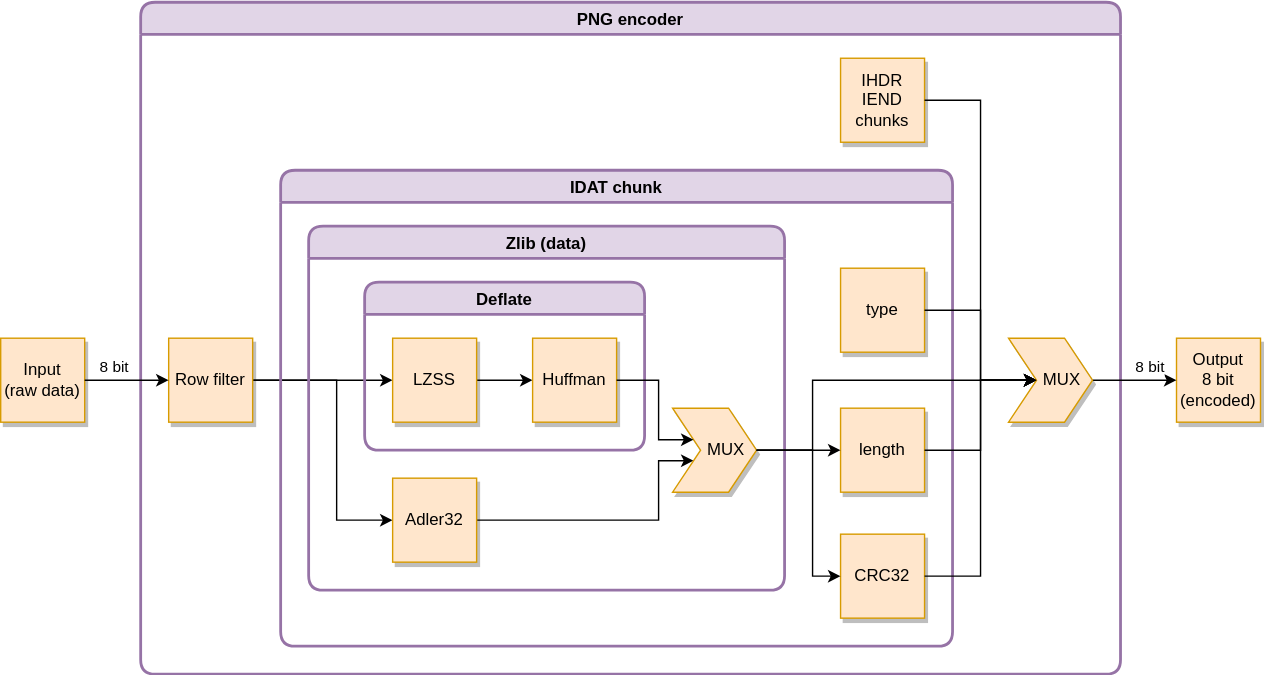
The draw.io diagram doc/images/overview.svg in marph91/pico-png, before a commit. Source tidied: cells renumbered, new cells last; positions are measured from the earlier drawing's top-left corner, leaving out a move shared by most shapes. The source it was exported from:
```xml
<mxGraphModel>
  <root>
    <mxCell id="0" />
    <mxCell id="1" parent="0" />
    <mxCell id="2" value="&lt;div&gt;Input&lt;/div&gt;&lt;div&gt;(raw data)&lt;br&gt;&lt;/div&gt;" style="whiteSpace=wrap;html=1;shadow=1;fillColor=#ffe6cc;strokeColor=#d79b00;" parent="1" vertex="1">
      <mxGeometry y="240" width="60" height="60" as="geometry" />
    </mxCell>
    <mxCell id="3" style="edgeStyle=orthogonalEdgeStyle;rounded=0;jettySize=auto;html=1;exitX=1;exitY=0.5;exitDx=0;exitDy=0;entryX=0;entryY=0.5;entryDx=0;entryDy=0;" parent="1" edge="1" source="15" target="8">
      <mxGeometry relative="1" as="geometry" />
    </mxCell>
    <mxCell id="4" style="edgeStyle=orthogonalEdgeStyle;rounded=0;jettySize=auto;html=1;exitX=1;exitY=0.5;exitDx=0;exitDy=0;entryX=0;entryY=0.5;entryDx=0;entryDy=0;" parent="1" edge="1" source="15" target="11">
      <mxGeometry relative="1" as="geometry">
        <Array as="points">
          <mxPoint x="240" y="270" />
          <mxPoint x="240" y="370" />
        </Array>
      </mxGeometry>
    </mxCell>
    <mxCell id="5" value="Zlib (data)" style="swimlane;shadow=0;fillColor=#e1d5e7;strokeColor=#9673a6;strokeWidth=2;rounded=1;" parent="1" vertex="1">
      <mxGeometry x="220" y="160" width="340" height="260" as="geometry" />
    </mxCell>
    <mxCell id="6" value="Deflate" style="swimlane;shadow=0;fillColor=#e1d5e7;strokeColor=#9673a6;strokeWidth=2;rounded=1;" parent="5" vertex="1">
      <mxGeometry x="40" y="40" width="200" height="120" as="geometry" />
    </mxCell>
    <mxCell id="7" style="edgeStyle=orthogonalEdgeStyle;rounded=0;jettySize=auto;html=1;exitX=1;exitY=0.5;exitDx=0;exitDy=0;entryX=0;entryY=0.5;entryDx=0;entryDy=0;" parent="6" edge="1" source="8" target="9">
      <mxGeometry relative="1" as="geometry" />
    </mxCell>
    <mxCell id="8" value="LZSS" style="whiteSpace=wrap;html=1;shadow=1;fillColor=#ffe6cc;strokeColor=#d79b00;" parent="6" vertex="1">
      <mxGeometry x="20" y="40" width="60" height="60" as="geometry" />
    </mxCell>
    <mxCell id="9" value="Huffman" style="whiteSpace=wrap;html=1;shadow=1;fillColor=#ffe6cc;strokeColor=#d79b00;" parent="6" vertex="1">
      <mxGeometry x="120" y="40" width="60" height="60" as="geometry" />
    </mxCell>
    <mxCell id="10" style="edgeStyle=orthogonalEdgeStyle;rounded=0;jettySize=auto;html=1;exitX=1;exitY=0.5;exitDx=0;exitDy=0;entryX=0;entryY=0.75;entryDx=0;entryDy=0;" parent="5" edge="1" source="11" target="12">
      <mxGeometry relative="1" as="geometry">
        <Array as="points">
          <mxPoint x="250" y="210" />
          <mxPoint x="250" y="168" />
        </Array>
      </mxGeometry>
    </mxCell>
    <mxCell id="11" value="Adler32" style="whiteSpace=wrap;html=1;shadow=1;fillColor=#ffe6cc;strokeColor=#d79b00;" parent="5" vertex="1">
      <mxGeometry x="60" y="180" width="60" height="60" as="geometry" />
    </mxCell>
    <mxCell id="12" value="&amp;nbsp;&amp;nbsp;&amp;nbsp;&amp;nbsp; MUX" style="shape=step;perimeter=stepPerimeter;whiteSpace=wrap;html=1;fixedSize=1;shadow=1;fillColor=#ffe6cc;strokeColor=#d79b00;" parent="5" vertex="1">
      <mxGeometry x="260" y="130" width="60" height="60" as="geometry" />
    </mxCell>
    <mxCell id="13" style="edgeStyle=orthogonalEdgeStyle;rounded=0;jettySize=auto;html=1;exitX=1;exitY=0.5;exitDx=0;exitDy=0;entryX=0;entryY=0.25;entryDx=0;entryDy=0;" parent="5" edge="1" source="9" target="12">
      <mxGeometry relative="1" as="geometry">
        <Array as="points">
          <mxPoint x="250" y="110" />
          <mxPoint x="250" y="153" />
        </Array>
      </mxGeometry>
    </mxCell>
    <mxCell id="14" value="PNG encoder" style="swimlane;startSize=23;shadow=0;fillColor=#e1d5e7;strokeColor=#9673a6;strokeWidth=2;rounded=1;" parent="1" vertex="1">
      <mxGeometry x="100" width="700" height="480" as="geometry" />
    </mxCell>
    <mxCell id="15" value="Row filter" style="whiteSpace=wrap;html=1;shadow=1;fillColor=#ffe6cc;strokeColor=#d79b00;" parent="14" vertex="1">
      <mxGeometry x="20" y="240" width="60" height="60" as="geometry" />
    </mxCell>
    <mxCell id="16" value="IDAT chunk" style="swimlane;shadow=0;fillColor=#e1d5e7;strokeColor=#9673a6;strokeWidth=2;rounded=1;" parent="14" vertex="1">
      <mxGeometry x="100" y="120" width="480" height="340" as="geometry" />
    </mxCell>
    <mxCell id="17" value="length" style="whiteSpace=wrap;html=1;shadow=1;fillColor=#ffe6cc;strokeColor=#d79b00;" parent="16" vertex="1">
      <mxGeometry x="400" y="170" width="60" height="60" as="geometry" />
    </mxCell>
    <mxCell id="18" value="&lt;div&gt;type&lt;/div&gt;" style="whiteSpace=wrap;html=1;shadow=1;fillColor=#ffe6cc;strokeColor=#d79b00;" parent="16" vertex="1">
      <mxGeometry x="400" y="70" width="60" height="60" as="geometry" />
    </mxCell>
    <mxCell id="19" value="CRC32" style="whiteSpace=wrap;html=1;shadow=1;fillColor=#ffe6cc;strokeColor=#d79b00;" parent="16" vertex="1">
      <mxGeometry x="400" y="260" width="60" height="60" as="geometry" />
    </mxCell>
    <mxCell id="20" style="edgeStyle=orthogonalEdgeStyle;rounded=0;jettySize=auto;html=1;exitX=1;exitY=0.5;exitDx=0;exitDy=0;entryX=0;entryY=0.5;entryDx=0;entryDy=0;" parent="14" edge="1" source="17">
      <mxGeometry relative="1" as="geometry">
        <mxPoint x="640" y="270" as="targetPoint" />
        <Array as="points">
          <mxPoint x="600" y="320" />
          <mxPoint x="600" y="270" />
        </Array>
      </mxGeometry>
    </mxCell>
    <mxCell id="21" style="edgeStyle=orthogonalEdgeStyle;rounded=0;jettySize=auto;html=1;exitX=1;exitY=0.5;exitDx=0;exitDy=0;entryX=0;entryY=0.5;entryDx=0;entryDy=0;" parent="14" edge="1" source="19">
      <mxGeometry relative="1" as="geometry">
        <mxPoint x="640" y="270" as="targetPoint" />
        <Array as="points">
          <mxPoint x="600" y="410" />
          <mxPoint x="600" y="270" />
        </Array>
      </mxGeometry>
    </mxCell>
    <mxCell id="22" style="edgeStyle=orthogonalEdgeStyle;rounded=0;jettySize=auto;html=1;exitX=1;exitY=0.5;exitDx=0;exitDy=0;entryX=0;entryY=0.5;entryDx=0;entryDy=0;" parent="14" edge="1" source="18">
      <mxGeometry relative="1" as="geometry">
        <mxPoint x="640" y="270" as="targetPoint" />
        <Array as="points">
          <mxPoint x="600" y="220" />
          <mxPoint x="600" y="270" />
        </Array>
      </mxGeometry>
    </mxCell>
    <mxCell id="23" value="&lt;div&gt;IHDR&lt;/div&gt;&lt;div&gt;IEND&lt;/div&gt;&lt;div&gt;chunks&lt;br&gt;&lt;/div&gt;" style="whiteSpace=wrap;html=1;shadow=1;fillColor=#ffe6cc;strokeColor=#d79b00;" parent="14" vertex="1">
      <mxGeometry x="500" y="40" width="60" height="60" as="geometry" />
    </mxCell>
    <mxCell id="24" style="edgeStyle=orthogonalEdgeStyle;rounded=0;jettySize=auto;html=1;exitX=1;exitY=0.5;exitDx=0;exitDy=0;entryX=0;entryY=0.5;entryDx=0;entryDy=0;" parent="1" edge="1" source="12" target="17">
      <mxGeometry relative="1" as="geometry" />
    </mxCell>
    <mxCell id="25" style="edgeStyle=orthogonalEdgeStyle;rounded=0;jettySize=auto;html=1;exitX=1;exitY=0.5;exitDx=0;exitDy=0;entryX=0;entryY=0.5;entryDx=0;entryDy=0;" parent="1" edge="1" source="12" target="19">
      <mxGeometry relative="1" as="geometry">
        <Array as="points">
          <mxPoint x="580" y="320" />
          <mxPoint x="580" y="410" />
        </Array>
      </mxGeometry>
    </mxCell>
    <mxCell id="26" value="&lt;div&gt;Output&lt;/div&gt;&lt;div&gt;8 bit&lt;/div&gt;&lt;div&gt;(encoded)&lt;br&gt;&lt;/div&gt;" style="whiteSpace=wrap;html=1;shadow=1;fillColor=#ffe6cc;strokeColor=#d79b00;" parent="1" vertex="1">
      <mxGeometry x="840" y="240" width="60" height="60" as="geometry" />
    </mxCell>
    <mxCell id="27" style="endArrow=classic;html=1;shadow=0;exitX=1;exitY=0.5;exitDx=0;exitDy=0;entryX=0;entryY=0.5;entryDx=0;entryDy=0;" parent="1" edge="1" source="2" target="15">
      <mxGeometry relative="1" as="geometry">
        <Array as="points">
          <mxPoint x="100" y="270" />
        </Array>
      </mxGeometry>
    </mxCell>
    <mxCell id="28" value="8 bit" style="edgeLabel;html=1;align=center;verticalAlign=middle;" parent="27" vertex="1">
      <mxGeometry relative="1" as="geometry">
        <mxPoint x="-10" y="-10" as="offset" />
      </mxGeometry>
    </mxCell>
    <mxCell id="29" style="endArrow=classic;html=1;shadow=0;entryX=0;entryY=0.5;entryDx=0;entryDy=0;exitX=1;exitY=0.5;exitDx=0;exitDy=0;" parent="1" edge="1" source="32" target="26">
      <mxGeometry relative="1" as="geometry" />
    </mxCell>
    <mxCell id="30" value="8 bit" style="edgeLabel;html=1;align=center;verticalAlign=middle;" parent="29" vertex="1">
      <mxGeometry relative="1" as="geometry">
        <mxPoint x="10" y="-10" as="offset" />
      </mxGeometry>
    </mxCell>
    <mxCell id="31" style="edgeStyle=orthogonalEdgeStyle;rounded=0;jettySize=auto;html=1;shadow=0;entryX=0;entryY=0.5;entryDx=0;entryDy=0;" parent="1" edge="1" target="32">
      <mxGeometry relative="1" as="geometry">
        <mxPoint x="760" y="270" as="sourcePoint" />
        <Array as="points">
          <mxPoint x="720" y="270" />
          <mxPoint x="720" y="270" />
        </Array>
      </mxGeometry>
    </mxCell>
    <mxCell id="32" value="&amp;nbsp;&amp;nbsp;&amp;nbsp;&amp;nbsp; MUX" style="shape=step;perimeter=stepPerimeter;whiteSpace=wrap;html=1;fixedSize=1;shadow=1;fillColor=#ffe6cc;strokeColor=#d79b00;" parent="1" vertex="1">
      <mxGeometry x="720" y="240" width="60" height="60" as="geometry" />
    </mxCell>
    <mxCell id="33" style="edgeStyle=orthogonalEdgeStyle;rounded=0;jettySize=auto;html=1;exitX=1;exitY=0.5;exitDx=0;exitDy=0;shadow=0;" parent="1" edge="1" source="12" target="32">
      <mxGeometry relative="1" as="geometry">
        <Array as="points">
          <mxPoint x="580" y="320" />
          <mxPoint x="580" y="270" />
        </Array>
      </mxGeometry>
    </mxCell>
    <mxCell id="34" style="edgeStyle=orthogonalEdgeStyle;rounded=0;jettySize=auto;html=1;exitX=1;exitY=0.5;exitDx=0;exitDy=0;entryX=0;entryY=0.5;entryDx=0;entryDy=0;" parent="1" edge="1" source="23" target="32">
      <mxGeometry relative="1" as="geometry">
        <Array as="points">
          <mxPoint x="700" y="70" />
          <mxPoint x="700" y="270" />
        </Array>
      </mxGeometry>
    </mxCell>
  </root>
</mxGraphModel>
```
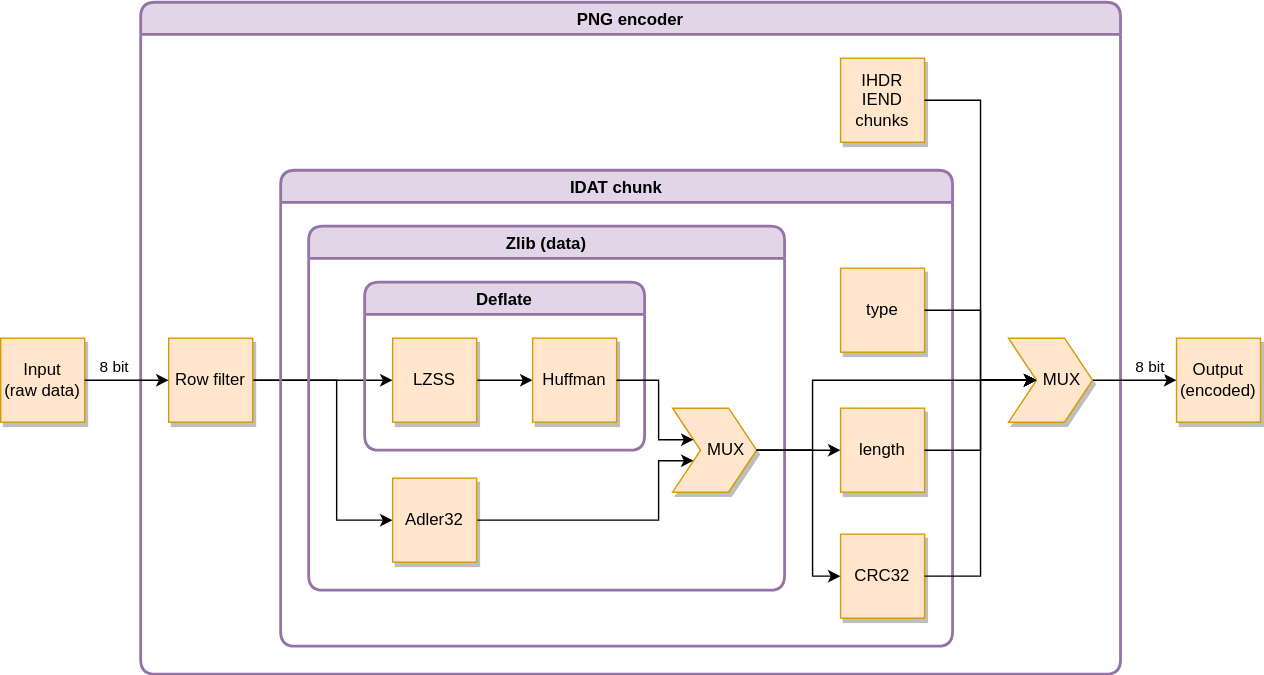
The same diagram one commit later.

Commit message:
doc: removed duplicated information from architecture image

What changed in the source:
```diff
@@ -112,7 +112,7 @@
         </Array>
       </mxGeometry>
     </mxCell>
-    <mxCell id="26" value="&lt;div&gt;Output&lt;/div&gt;&lt;div&gt;8 bit&lt;/div&gt;&lt;div&gt;(encoded)&lt;br&gt;&lt;/div&gt;" style="whiteSpace=wrap;html=1;shadow=1;fillColor=#ffe6cc;strokeColor=#d79b00;" parent="1" vertex="1">
+    <mxCell id="26" value="&lt;div&gt;Output&lt;/div&gt;&lt;div&gt;(encoded)&lt;br&gt;&lt;/div&gt;" style="whiteSpace=wrap;html=1;shadow=1;fillColor=#ffe6cc;strokeColor=#d79b00;" parent="1" vertex="1">
       <mxGeometry x="840" y="240" width="60" height="60" as="geometry" />
     </mxCell>
     <mxCell id="27" style="endArrow=classic;html=1;shadow=0;exitX=1;exitY=0.5;exitDx=0;exitDy=0;entryX=0;entryY=0.5;entryDx=0;entryDy=0;" parent="1" edge="1" source="2" target="15">
```
